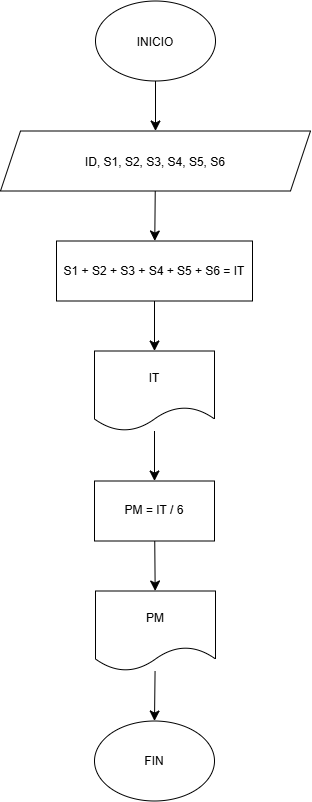
Earlier version of the draw.io export IMAGENES_1/Ejemplo_1.png (davidcrz0015-afk/REPOSITORIO_PROGRAMACION). Source tidied: cells renumbered, new cells last; positions are measured from the earlier drawing's top-left corner, leaving out a move shared by most shapes.
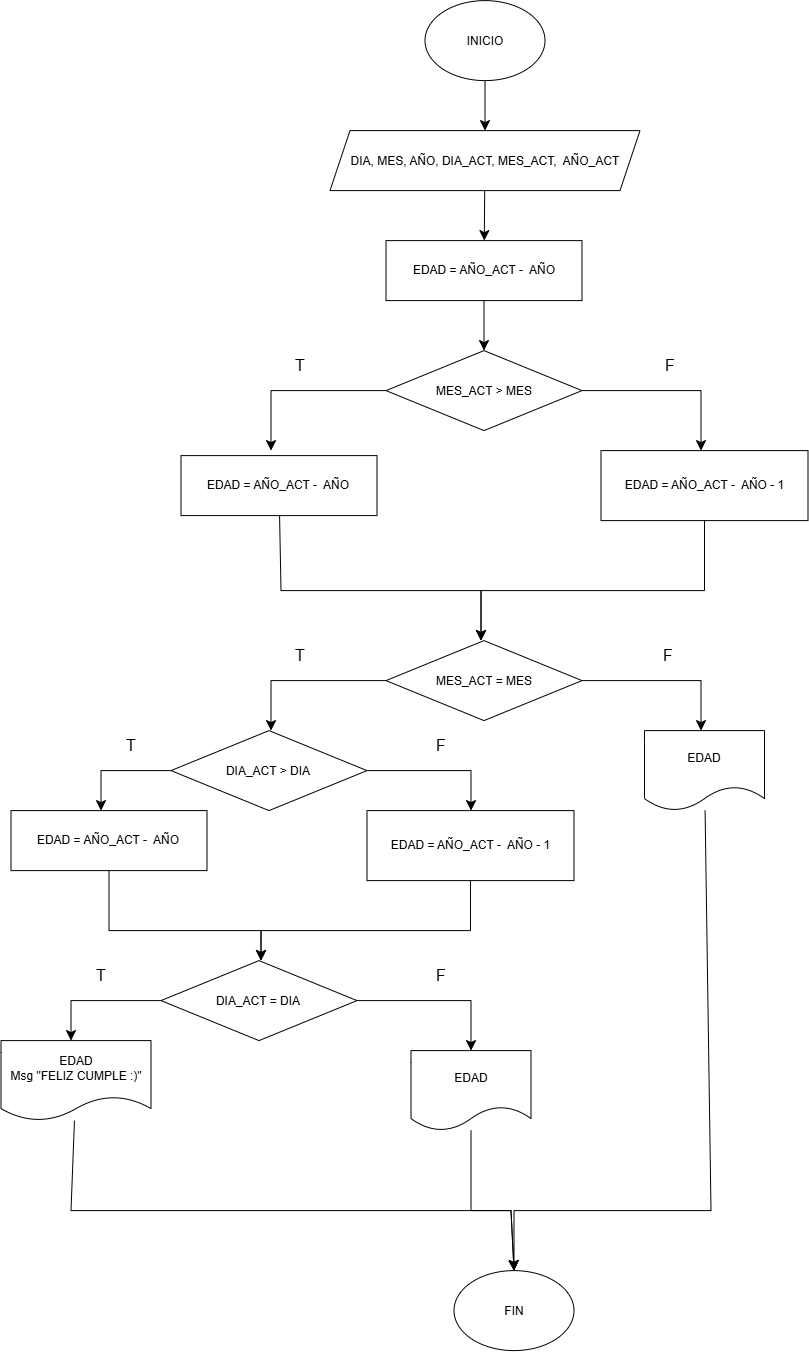
Above is the later version.

Commit message:
EJEMPLOS Y NOTAS

What changed in the source:
```diff
@@ -11,38 +11,204 @@
     <mxCell id="4" style="edgeStyle=none;curved=1;rounded=0;jettySize=auto;html=1;fontSize=12;startSize=8;endSize=8;" parent="1" edge="1" source="5" target="7">
       <mxGeometry relative="1" as="geometry" />
     </mxCell>
-    <mxCell id="5" value="ID, S1, S2, S3, S4, S5, S6" style="shape=parallelogram;perimeter=parallelogramPerimeter;whiteSpace=wrap;html=1;shapeInside=1;fixedSize=1;" parent="1" vertex="1">
+    <mxCell id="5" value="DIA, MES, AÑO, DIA_ACT, MES_ACT,&amp;nbsp; AÑO_ACT" style="shape=parallelogram;perimeter=parallelogramPerimeter;whiteSpace=wrap;html=1;shapeInside=1;fixedSize=1;" parent="1" vertex="1">
       <mxGeometry y="130" width="310" height="60" as="geometry" />
     </mxCell>
-    <mxCell id="6" style="edgeStyle=none;curved=1;rounded=0;jettySize=auto;html=1;fontSize=12;startSize=8;endSize=8;" parent="1" edge="1" source="7" target="9">
-      <mxGeometry relative="1" as="geometry" />
-    </mxCell>
+    <mxCell id="16" style="edgeStyle=none;curved=1;rounded=0;jettySize=auto;html=1;fontSize=12;startSize=8;endSize=8;" parent="1" edge="1" source="7" target="19">
+      <mxGeometry relative="1" as="geometry" />
+    </mxCell>
-    <mxCell id="7" value="S1 + S2 + S3 + S4 + S5 + S6 = IT" style="whiteSpace=wrap;html=1;" parent="1" vertex="1">
+    <mxCell id="7" value="EDAD = AÑO_ACT -&amp;nbsp; AÑO" style="whiteSpace=wrap;html=1;" parent="1" vertex="1">
       <mxGeometry x="56" y="240" width="196" height="60" as="geometry" />
     </mxCell>
-    <mxCell id="8" style="edgeStyle=none;curved=1;rounded=0;jettySize=auto;html=1;fontSize=12;startSize=8;endSize=8;" parent="1" edge="1" source="9" target="11">
-      <mxGeometry relative="1" as="geometry" />
-    </mxCell>
-    <mxCell id="9" value="IT" style="shape=document;whiteSpace=wrap;html=1;boundedLbl=1;" parent="1" vertex="1">
-      <mxGeometry x="94" y="350" width="120" height="80" as="geometry" />
-    </mxCell>
-    <mxCell id="10" style="edgeStyle=none;curved=1;rounded=0;jettySize=auto;html=1;fontSize=12;startSize=8;endSize=8;" parent="1" edge="1" source="11" target="14">
-      <mxGeometry relative="1" as="geometry" />
-    </mxCell>
-    <mxCell id="11" value="PM = IT / 6" style="whiteSpace=wrap;html=1;" parent="1" vertex="1">
-      <mxGeometry x="94" y="480" width="120" height="60" as="geometry" />
-    </mxCell>
-    <mxCell id="12" style="edgeStyle=orthogonalEdgeStyle;curved=1;rounded=0;orthogonalLoop=1;jettySize=auto;html=1;innerLoopWaypoints=1;exitX=0.5;exitY=1;exitDx=0;exitDy=0;fontSize=12;startSize=8;endSize=8;" parent="1" edge="1" source="11" target="11">
-      <mxGeometry relative="1" as="geometry" />
+    <mxCell id="12" style="edgeStyle=orthogonalEdgeStyle;curved=1;rounded=0;orthogonalLoop=1;jettySize=auto;html=1;innerLoopWaypoints=1;exitX=0.5;exitY=1;exitDx=0;exitDy=0;fontSize=12;startSize=8;endSize=8;" parent="1" edge="1">
+      <mxGeometry relative="1" as="geometry">
+        <mxPoint x="154" y="540" as="sourcePoint" />
+        <mxPoint x="154" y="540" as="targetPoint" />
+      </mxGeometry>
     </mxCell>
-    <mxCell id="13" style="edgeStyle=none;curved=1;rounded=0;jettySize=auto;html=1;fontSize=12;startSize=8;endSize=8;" parent="1" edge="1" source="14" target="15">
-      <mxGeometry relative="1" as="geometry" />
-    </mxCell>
-    <mxCell id="14" value="PM" style="shape=document;whiteSpace=wrap;html=1;boundedLbl=1;" parent="1" vertex="1">
-      <mxGeometry x="95" y="590" width="120" height="80" as="geometry" />
-    </mxCell>
     <mxCell id="15" value="FIN" style="ellipse;whiteSpace=wrap;html=1;shapeInside=1;" parent="1" vertex="1">
-      <mxGeometry x="94" y="720" width="120" height="80" as="geometry" />
+      <mxGeometry x="124" y="1270" width="120" height="80" as="geometry" />
     </mxCell>
+    <mxCell id="17" style="edgeStyle=none;curved=0;rounded=0;jettySize=auto;html=1;fontSize=12;startSize=8;endSize=8;" parent="1" edge="1" source="19">
+      <mxGeometry relative="1" as="geometry">
+        <mxPoint x="371" y="450" as="targetPoint" />
+        <Array as="points">
+          <mxPoint x="371" y="390" />
+        </Array>
+      </mxGeometry>
+    </mxCell>
+    <mxCell id="18" style="edgeStyle=none;curved=0;rounded=0;jettySize=auto;html=1;fontSize=12;startSize=8;endSize=8;" parent="1" edge="1" source="19">
+      <mxGeometry relative="1" as="geometry">
+        <mxPoint x="-59" y="450" as="targetPoint" />
+        <Array as="points">
+          <mxPoint x="-59" y="390" />
+        </Array>
+      </mxGeometry>
+    </mxCell>
+    <mxCell id="19" value="MES_ACT &amp;gt; MES" style="rhombus;whiteSpace=wrap;html=1;shapeInside=1;" parent="1" vertex="1">
+      <mxGeometry x="56" y="350" width="196" height="80" as="geometry" />
+    </mxCell>
+    <mxCell id="20" value="F" style="text;html=1;whiteSpace=wrap;strokeColor=none;fillColor=none;align=center;verticalAlign=middle;rounded=0;fontSize=16;" parent="1" vertex="1">
+      <mxGeometry x="310" y="350" width="60" height="30" as="geometry" />
+    </mxCell>
+    <mxCell id="21" value="T" style="text;html=1;whiteSpace=wrap;strokeColor=none;fillColor=none;align=center;verticalAlign=middle;rounded=0;fontSize=16;" parent="1" vertex="1">
+      <mxGeometry x="-60" y="350" width="60" height="30" as="geometry" />
+    </mxCell>
+    <mxCell id="22" style="edgeStyle=none;curved=0;rounded=0;jettySize=auto;html=1;fontSize=12;startSize=8;endSize=8;" parent="1" edge="1" source="23">
+      <mxGeometry relative="1" as="geometry">
+        <mxPoint x="151" y="640" as="targetPoint" />
+        <Array as="points">
+          <mxPoint x="374.5" y="590" />
+          <mxPoint x="151" y="590" />
+        </Array>
+      </mxGeometry>
+    </mxCell>
+    <mxCell id="23" value="EDAD = AÑO_ACT -&amp;nbsp; AÑO - 1" style="whiteSpace=wrap;html=1;" parent="1" vertex="1">
+      <mxGeometry x="271" y="450" width="207" height="70" as="geometry" />
+    </mxCell>
+    <mxCell id="24" style="edgeStyle=none;curved=0;rounded=0;jettySize=auto;html=1;fontSize=12;startSize=8;endSize=8;" parent="1" edge="1" source="25">
+      <mxGeometry relative="1" as="geometry">
+        <mxPoint x="151" y="640" as="targetPoint" />
+        <Array as="points">
+          <mxPoint x="-49" y="590" />
+          <mxPoint x="151" y="590" />
+        </Array>
+      </mxGeometry>
+    </mxCell>
+    <mxCell id="25" value="EDAD = AÑO_ACT -&amp;nbsp; AÑO" style="whiteSpace=wrap;html=1;" parent="1" vertex="1">
+      <mxGeometry x="-149" y="455" width="196" height="60" as="geometry" />
+    </mxCell>
+    <mxCell id="26" style="edgeStyle=none;curved=0;rounded=0;jettySize=auto;html=1;fontSize=12;startSize=8;endSize=8;" parent="1" edge="1" source="28">
+      <mxGeometry relative="1" as="geometry">
+        <mxPoint x="-59" y="730" as="targetPoint" />
+        <Array as="points">
+          <mxPoint x="-59" y="680" />
+        </Array>
+      </mxGeometry>
+    </mxCell>
+    <mxCell id="27" style="edgeStyle=none;curved=0;rounded=0;jettySize=auto;html=1;fontSize=12;startSize=8;endSize=8;" parent="1" edge="1" source="28">
+      <mxGeometry relative="1" as="geometry">
+        <mxPoint x="371" y="730" as="targetPoint" />
+        <Array as="points">
+          <mxPoint x="371" y="680" />
+        </Array>
+      </mxGeometry>
+    </mxCell>
+    <mxCell id="28" value="MES_ACT = MES" style="rhombus;whiteSpace=wrap;html=1;shapeInside=1;" parent="1" vertex="1">
+      <mxGeometry x="56" y="640" width="196" height="80" as="geometry" />
+    </mxCell>
+    <mxCell id="29" value="T" style="text;html=1;whiteSpace=wrap;strokeColor=none;fillColor=none;align=center;verticalAlign=middle;rounded=0;fontSize=16;" parent="1" vertex="1">
+      <mxGeometry x="-60" y="640" width="60" height="30" as="geometry" />
+    </mxCell>
+    <mxCell id="30" value="F" style="text;html=1;whiteSpace=wrap;strokeColor=none;fillColor=none;align=center;verticalAlign=middle;rounded=0;fontSize=16;" parent="1" vertex="1">
+      <mxGeometry x="308" y="640" width="60" height="30" as="geometry" />
+    </mxCell>
+    <mxCell id="31" style="edgeStyle=none;curved=0;rounded=0;jettySize=auto;html=1;fontSize=12;startSize=8;endSize=8;" parent="1" edge="1" source="33">
+      <mxGeometry relative="1" as="geometry">
+        <mxPoint x="-229" y="810" as="targetPoint" />
+        <Array as="points">
+          <mxPoint x="-229" y="770" />
+        </Array>
+      </mxGeometry>
+    </mxCell>
+    <mxCell id="32" style="edgeStyle=none;curved=0;rounded=0;jettySize=auto;html=1;fontSize=12;startSize=8;endSize=8;" parent="1" edge="1" source="33">
+      <mxGeometry relative="1" as="geometry">
+        <mxPoint x="141" y="810" as="targetPoint" />
+        <Array as="points">
+          <mxPoint x="141" y="770" />
+        </Array>
+      </mxGeometry>
+    </mxCell>
+    <mxCell id="33" value="DIA_ACT &amp;gt; DIA" style="rhombus;whiteSpace=wrap;html=1;shapeInside=1;" parent="1" vertex="1">
+      <mxGeometry x="-159" y="730" width="196" height="80" as="geometry" />
+    </mxCell>
+    <mxCell id="34" value="T" style="text;html=1;whiteSpace=wrap;strokeColor=none;fillColor=none;align=center;verticalAlign=middle;rounded=0;fontSize=16;" parent="1" vertex="1">
+      <mxGeometry x="-229" y="730" width="60" height="30" as="geometry" />
+    </mxCell>
+    <mxCell id="35" style="edgeStyle=none;curved=0;rounded=0;jettySize=auto;html=1;fontSize=12;startSize=8;endSize=8;" parent="1" edge="1" source="36">
+      <mxGeometry relative="1" as="geometry">
+        <mxPoint x="-69" y="960" as="targetPoint" />
+        <Array as="points">
+          <mxPoint x="-221" y="930" />
+          <mxPoint x="-69" y="930" />
+        </Array>
+      </mxGeometry>
+    </mxCell>
+    <mxCell id="36" value="EDAD = AÑO_ACT -&amp;nbsp; AÑO" style="whiteSpace=wrap;html=1;" parent="1" vertex="1">
+      <mxGeometry x="-319" y="810" width="196" height="60" as="geometry" />
+    </mxCell>
+    <mxCell id="37" style="edgeStyle=none;curved=0;rounded=0;jettySize=auto;html=1;fontSize=12;startSize=8;endSize=8;" parent="1" edge="1" source="38">
+      <mxGeometry relative="1" as="geometry">
+        <mxPoint x="-69" y="960" as="targetPoint" />
+        <Array as="points">
+          <mxPoint x="140.5" y="930" />
+          <mxPoint x="-69" y="930" />
+        </Array>
+      </mxGeometry>
+    </mxCell>
+    <mxCell id="38" value="EDAD = AÑO_ACT -&amp;nbsp; AÑO - 1" style="whiteSpace=wrap;html=1;" parent="1" vertex="1">
+      <mxGeometry x="37" y="810" width="207" height="70" as="geometry" />
+    </mxCell>
+    <mxCell id="39" style="edgeStyle=none;curved=0;rounded=0;jettySize=auto;html=1;entryX=0.5;entryY=0;entryDx=0;entryDy=0;fontSize=12;startSize=8;endSize=8;" parent="1" edge="1" source="40" target="15">
+      <mxGeometry relative="1" as="geometry">
+        <Array as="points">
+          <mxPoint x="381" y="1210" />
+          <mxPoint x="184" y="1210" />
+        </Array>
+      </mxGeometry>
+    </mxCell>
+    <mxCell id="40" value="EDAD" style="shape=document;whiteSpace=wrap;html=1;boundedLbl=1;" parent="1" vertex="1">
+      <mxGeometry x="314.5" y="730" width="120" height="80" as="geometry" />
+    </mxCell>
+    <mxCell id="41" value="F" style="text;html=1;whiteSpace=wrap;strokeColor=none;fillColor=none;align=center;verticalAlign=middle;rounded=0;fontSize=16;" parent="1" vertex="1">
+      <mxGeometry x="81" y="730" width="60" height="30" as="geometry" />
+    </mxCell>
+    <mxCell id="42" style="edgeStyle=none;curved=0;rounded=0;jettySize=auto;html=1;fontSize=12;startSize=8;endSize=8;" parent="1" edge="1" source="44">
+      <mxGeometry relative="1" as="geometry">
+        <mxPoint x="141" y="1050" as="targetPoint" />
+        <Array as="points">
+          <mxPoint x="141" y="1000" />
+        </Array>
+      </mxGeometry>
+    </mxCell>
+    <mxCell id="43" style="edgeStyle=none;curved=0;rounded=0;jettySize=auto;html=1;fontSize=12;startSize=8;endSize=8;" parent="1" edge="1" source="44">
+      <mxGeometry relative="1" as="geometry">
+        <mxPoint x="-259" y="1040" as="targetPoint" />
+        <Array as="points">
+          <mxPoint x="-259" y="1000" />
+        </Array>
+      </mxGeometry>
+    </mxCell>
+    <mxCell id="44" value="DIA_ACT = DIA" style="rhombus;whiteSpace=wrap;html=1;shapeInside=1;" parent="1" vertex="1">
+      <mxGeometry x="-169" y="960" width="196" height="80" as="geometry" />
+    </mxCell>
+    <mxCell id="45" value="T" style="text;html=1;whiteSpace=wrap;strokeColor=none;fillColor=none;align=center;verticalAlign=middle;rounded=0;fontSize=16;" parent="1" vertex="1">
+      <mxGeometry x="-259" y="960" width="60" height="30" as="geometry" />
+    </mxCell>
+    <mxCell id="46" value="F" style="text;html=1;whiteSpace=wrap;strokeColor=none;fillColor=none;align=center;verticalAlign=middle;rounded=0;fontSize=16;" parent="1" vertex="1">
+      <mxGeometry x="81" y="960" width="60" height="30" as="geometry" />
+    </mxCell>
+    <mxCell id="47" style="edgeStyle=none;curved=0;rounded=0;jettySize=auto;html=1;entryX=0.5;entryY=0;entryDx=0;entryDy=0;fontSize=12;startSize=8;endSize=8;" parent="1" edge="1" source="48" target="15">
+      <mxGeometry relative="1" as="geometry">
+        <Array as="points">
+          <mxPoint x="141" y="1210" />
+          <mxPoint x="181" y="1210" />
+        </Array>
+      </mxGeometry>
+    </mxCell>
+    <mxCell id="48" value="EDAD" style="shape=document;whiteSpace=wrap;html=1;boundedLbl=1;" parent="1" vertex="1">
+      <mxGeometry x="81" y="1050" width="120" height="80" as="geometry" />
+    </mxCell>
+    <mxCell id="49" style="edgeStyle=none;curved=0;rounded=0;jettySize=auto;html=1;entryX=0.5;entryY=0;entryDx=0;entryDy=0;fontSize=12;startSize=8;endSize=8;" parent="1" edge="1" source="50" target="15">
+      <mxGeometry relative="1" as="geometry">
+        <Array as="points">
+          <mxPoint x="-259" y="1210" />
+          <mxPoint x="181" y="1210" />
+        </Array>
+      </mxGeometry>
+    </mxCell>
+    <mxCell id="50" value="EDAD&lt;div&gt;Msg &quot;FELIZ CUMPLE :)&quot;&lt;/div&gt;" style="shape=document;whiteSpace=wrap;html=1;boundedLbl=1;" parent="1" vertex="1">
+      <mxGeometry x="-329" y="1040" width="150" height="80" as="geometry" />
+    </mxCell>
   </root>
 </mxGraphModel>
```
